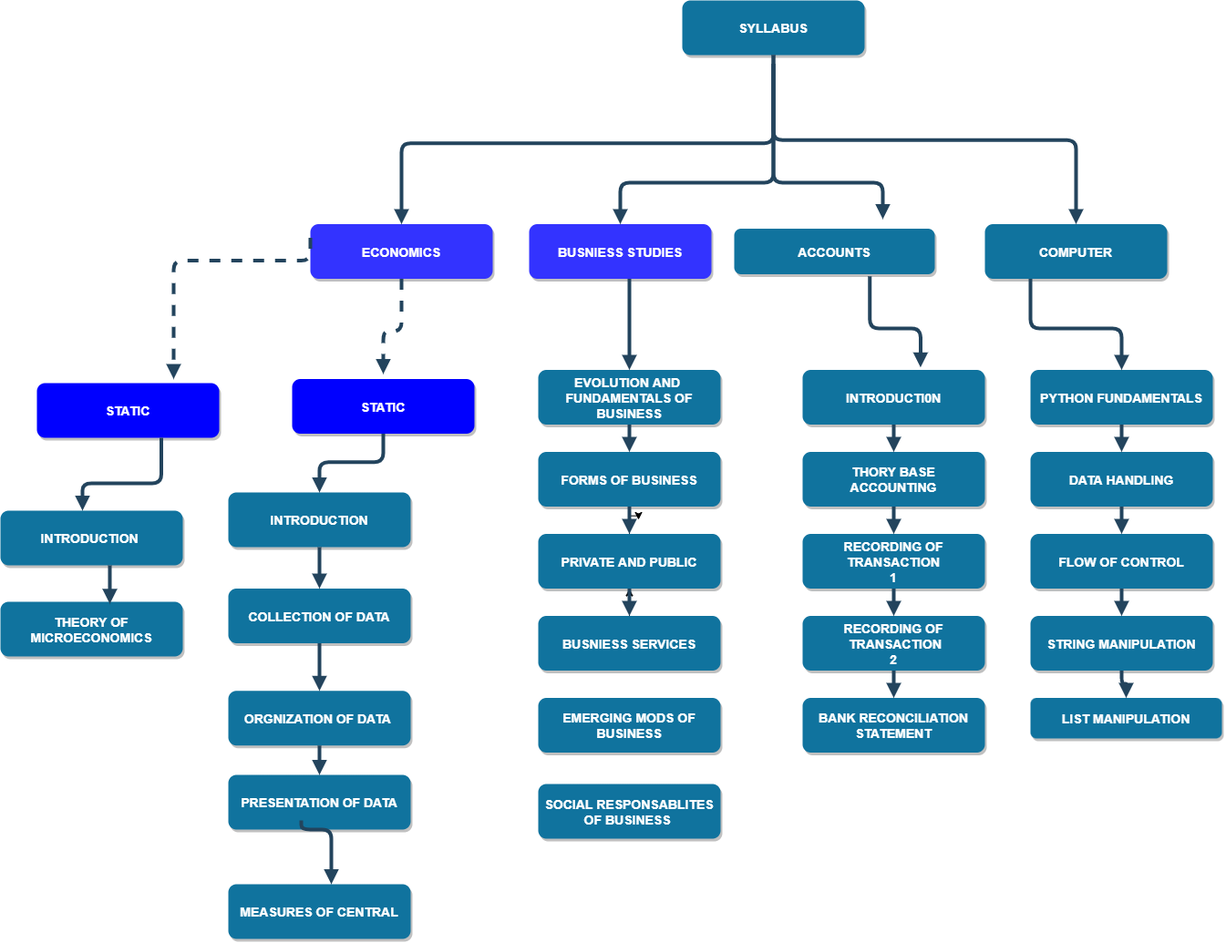
This is Untitled Diagram.drawio.png from Pikachu-lopz/dead-target, a draw.io export, as it was before one commit. Source tidied: cells renumbered, new cells last; positions are measured from the earlier drawing's top-left corner, leaving out a move shared by most shapes.
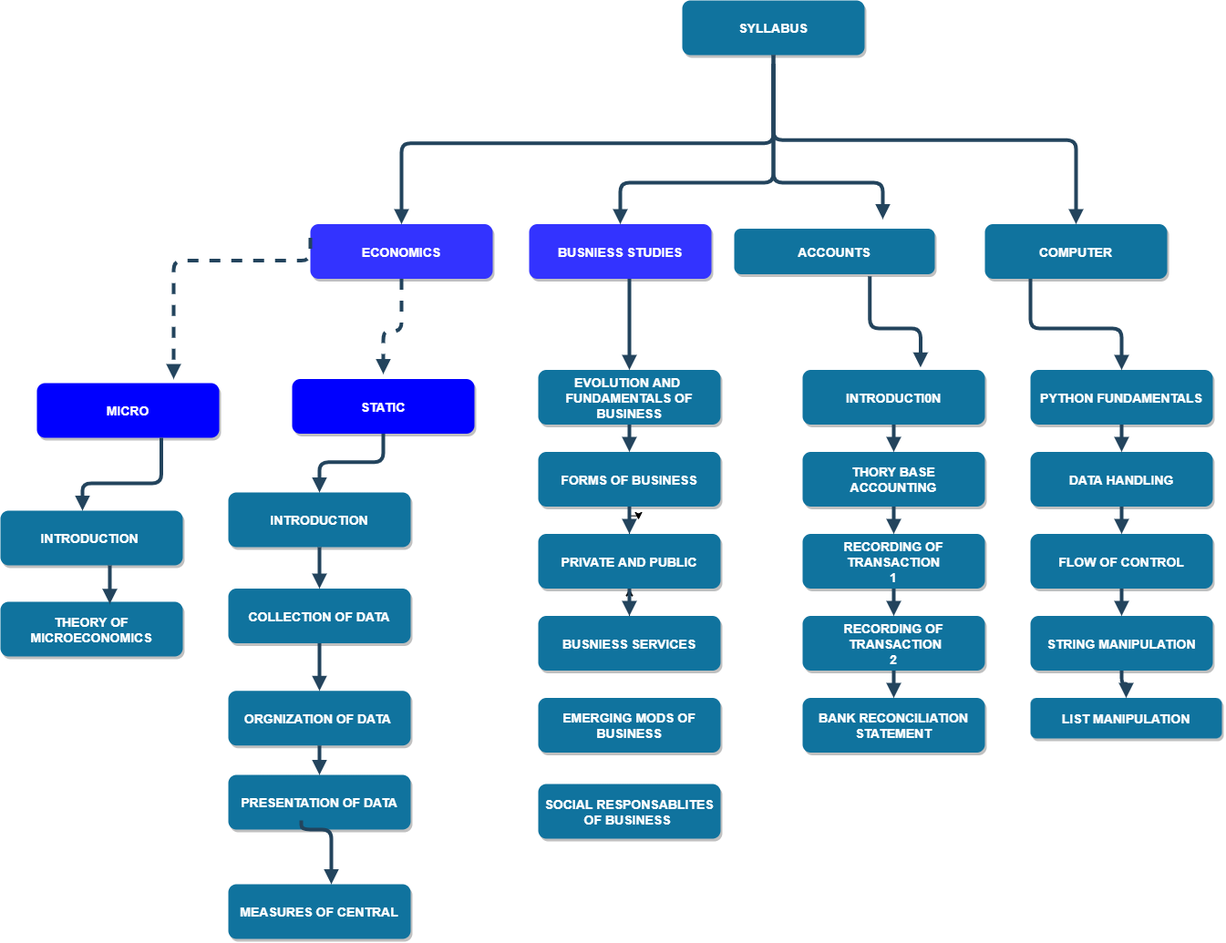
The same diagram one commit later.

Change to the diagram source:
```diff
@@ -17,7 +17,7 @@
     <mxCell id="6" value="COMPUTER" style="rounded=1;fillColor=#10739E;strokeColor=none;shadow=1;gradientColor=none;fontStyle=1;fontColor=#FFFFFF;fontSize=14;" parent="1" vertex="1">
       <mxGeometry x="1080" y="245.5" width="200" height="60" as="geometry" />
     </mxCell>
-    <mxCell id="7" value="STATIC" style="rounded=1;fillColor=#0000FF;strokeColor=none;shadow=1;gradientColor=none;fontStyle=1;fontColor=#FFFFFF;fontSize=14;" parent="1" vertex="1">
+    <mxCell id="7" value="MICRO" style="rounded=1;fillColor=#0000FF;strokeColor=none;shadow=1;gradientColor=none;fontStyle=1;fontColor=#FFFFFF;fontSize=14;" parent="1" vertex="1">
       <mxGeometry x="40" y="420" width="200" height="60" as="geometry" />
     </mxCell>
     <mxCell id="8" value="STATIC" style="rounded=1;fillColor=#0000FF;strokeColor=none;shadow=1;gradientColor=none;fontStyle=1;fontColor=#FFFFFF;fontSize=14;" parent="1" vertex="1">
```
